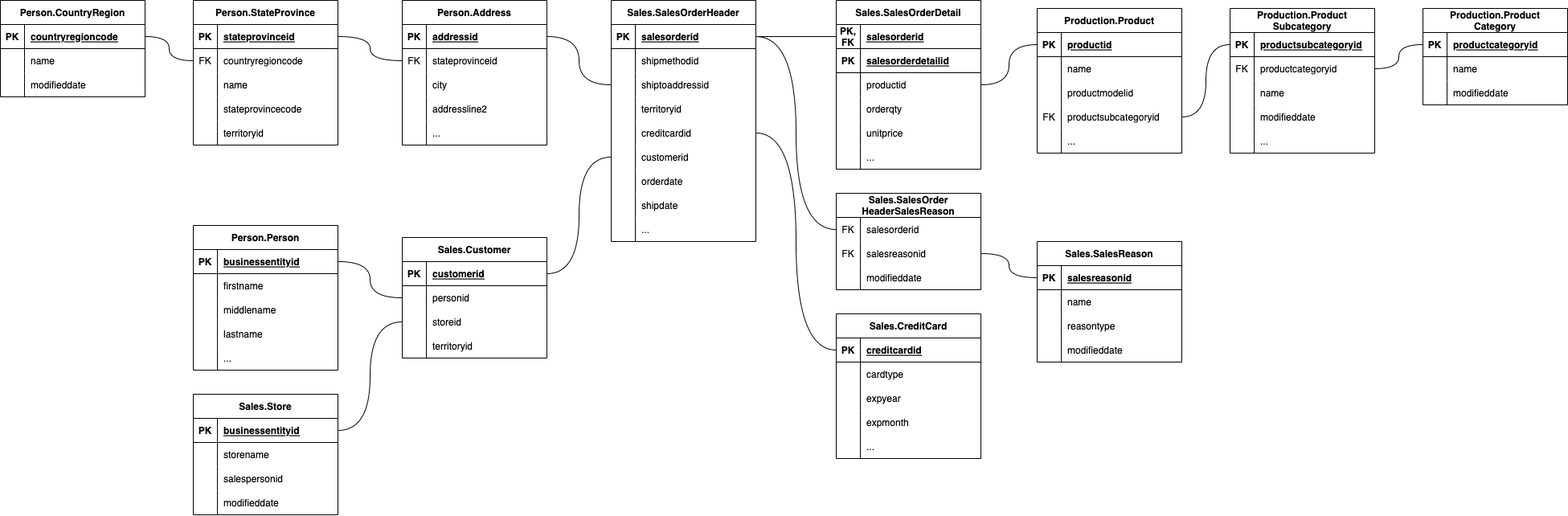
This is docs/source-schema.png from Data-Engineer-Camp/dbt-dimensional-modelling, a draw.io export, as it was before one commit. Source tidied: cells renumbered, new cells last; positions are measured from the earlier drawing's top-left corner, leaving out a move shared by most shapes.
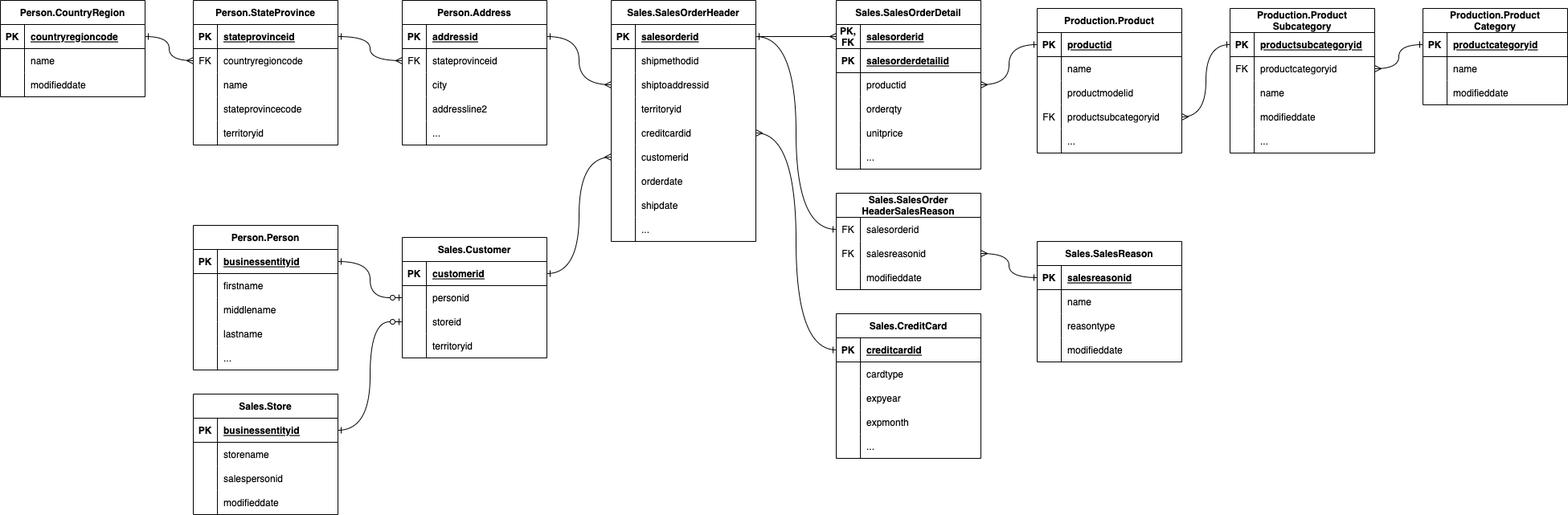
Later version of the same file.

The edit, as a diff of the source:
```diff
@@ -128,10 +128,10 @@
     <mxCell id="43" value="territoryid" style="shape=partialRectangle;fillColor=none;top=0;left=0;bottom=0;right=0;align=left;spacingLeft=6;overflow=hidden;" parent="41" vertex="1">
       <mxGeometry x="30" width="150" height="30" as="geometry" />
     </mxCell>
-    <mxCell id="44" style="edgeStyle=orthogonalEdgeStyle;rounded=0;jettySize=auto;html=1;exitX=0;exitY=0.5;exitDx=0;exitDy=0;entryX=1;entryY=0.5;entryDx=0;entryDy=0;curved=1;endArrow=none;endFill=0;" parent="1" edge="1" source="6" target="29">
+    <mxCell id="44" style="edgeStyle=orthogonalEdgeStyle;rounded=0;jettySize=auto;html=1;exitX=0;exitY=0.5;exitDx=0;exitDy=0;entryX=1;entryY=0.5;entryDx=0;entryDy=0;curved=1;endArrow=ERone;endFill=0;startArrow=ERmany;startFill=0;" parent="1" edge="1" source="6" target="29">
       <mxGeometry relative="1" as="geometry" />
     </mxCell>
-    <mxCell id="45" style="edgeStyle=orthogonalEdgeStyle;rounded=0;jettySize=auto;html=1;exitX=0;exitY=0.5;exitDx=0;exitDy=0;entryX=1;entryY=0.5;entryDx=0;entryDy=0;curved=1;endArrow=none;endFill=0;" parent="1" edge="1" source="32" target="19">
+    <mxCell id="45" style="edgeStyle=orthogonalEdgeStyle;rounded=0;jettySize=auto;html=1;exitX=0;exitY=0.5;exitDx=0;exitDy=0;entryX=1;entryY=0.5;entryDx=0;entryDy=0;curved=1;endArrow=ERone;endFill=0;startArrow=ERmany;startFill=0;" parent="1" edge="1" source="32" target="19">
       <mxGeometry relative="1" as="geometry" />
     </mxCell>
     <mxCell id="46" value="Person.Person" style="shape=table;startSize=30;rowLines=0;fontStyle=1;align=center;" parent="1" vertex="1">
@@ -308,10 +308,10 @@
     <mxCell id="103" value="modifieddate" style="shape=partialRectangle;fillColor=none;top=0;left=0;bottom=0;right=0;align=left;spacingLeft=6;overflow=hidden;" parent="101" vertex="1">
       <mxGeometry x="30" width="150" height="30" as="geometry" />
     </mxCell>
-    <mxCell id="104" style="edgeStyle=orthogonalEdgeStyle;curved=1;rounded=0;jettySize=auto;html=1;exitX=1;exitY=0.5;exitDx=0;exitDy=0;entryX=0;entryY=0.5;entryDx=0;entryDy=0;endArrow=none;endFill=0;" parent="1" edge="1" source="72" target="79">
+    <mxCell id="104" style="edgeStyle=orthogonalEdgeStyle;curved=1;rounded=0;jettySize=auto;html=1;exitX=1;exitY=0.5;exitDx=0;exitDy=0;entryX=0;entryY=0.5;entryDx=0;entryDy=0;endArrow=ERone;endFill=0;startArrow=ERmany;startFill=0;" parent="1" edge="1" source="72" target="79">
       <mxGeometry relative="1" as="geometry" />
     </mxCell>
-    <mxCell id="105" style="edgeStyle=orthogonalEdgeStyle;curved=1;rounded=0;jettySize=auto;html=1;exitX=1;exitY=0.5;exitDx=0;exitDy=0;entryX=0;entryY=0.5;entryDx=0;entryDy=0;endArrow=none;endFill=0;" parent="1" edge="1" source="82" target="95">
+    <mxCell id="105" style="edgeStyle=orthogonalEdgeStyle;curved=1;rounded=0;jettySize=auto;html=1;exitX=1;exitY=0.5;exitDx=0;exitDy=0;entryX=0;entryY=0.5;entryDx=0;entryDy=0;endArrow=ERone;endFill=0;startArrow=ERmany;startFill=0;" parent="1" edge="1" source="82" target="95">
       <mxGeometry relative="1" as="geometry" />
     </mxCell>
     <mxCell id="106" value="Sales.Customer" style="shape=table;startSize=30;rowLines=0;fontStyle=1;align=center;" parent="1" vertex="1">
@@ -401,7 +401,7 @@
     <mxCell id="134" value="..." style="shape=partialRectangle;fillColor=none;top=0;left=0;bottom=0;right=0;align=left;spacingLeft=6;overflow=hidden;" parent="132" vertex="1">
       <mxGeometry x="30" width="150" height="30" as="geometry" />
     </mxCell>
-    <mxCell id="135" style="edgeStyle=orthogonalEdgeStyle;curved=1;rounded=0;jettySize=auto;html=1;exitX=0;exitY=0.5;exitDx=0;exitDy=0;entryX=1;entryY=0.5;entryDx=0;entryDy=0;endArrow=none;endFill=0;" parent="1" edge="1" source="110" target="47">
+    <mxCell id="135" style="edgeStyle=orthogonalEdgeStyle;curved=1;rounded=0;jettySize=auto;html=1;exitX=0;exitY=0.5;exitDx=0;exitDy=0;entryX=1;entryY=0.5;entryDx=0;entryDy=0;endArrow=ERone;endFill=0;startArrow=ERzeroToOne;startFill=0;" parent="1" edge="1" source="110" target="47">
       <mxGeometry relative="1" as="geometry" />
     </mxCell>
     <mxCell id="136" value="Sales.SalesOrderHeader" style="shape=table;startSize=30;rowLines=0;fontStyle=1;align=center;" parent="1" vertex="1">
@@ -488,7 +488,7 @@
     <mxCell id="163" value="..." style="shape=partialRectangle;fillColor=none;top=0;left=0;bottom=0;right=0;align=left;spacingLeft=6;overflow=hidden;" parent="161" vertex="1">
       <mxGeometry x="30" width="150" height="30" as="geometry" />
     </mxCell>
-    <mxCell id="164" style="edgeStyle=orthogonalEdgeStyle;curved=1;rounded=0;jettySize=auto;html=1;exitX=0;exitY=0.5;exitDx=0;exitDy=0;entryX=1;entryY=0.5;entryDx=0;entryDy=0;endArrow=none;endFill=0;" parent="1" edge="1" source="152" target="107">
+    <mxCell id="164" style="edgeStyle=orthogonalEdgeStyle;curved=1;rounded=0;jettySize=auto;html=1;exitX=0;exitY=0.5;exitDx=0;exitDy=0;entryX=1;entryY=0.5;entryDx=0;entryDy=0;endArrow=ERone;endFill=0;startArrow=ERmany;startFill=0;" parent="1" edge="1" source="152" target="107">
       <mxGeometry relative="1" as="geometry" />
     </mxCell>
     <mxCell id="165" value="Sales.SalesOrder&#10;HeaderSalesReason" style="shape=table;startSize=30;rowLines=0;fontStyle=1;align=center;" parent="1" vertex="1">
@@ -521,10 +521,10 @@
     <mxCell id="174" value="modifieddate" style="shape=partialRectangle;fillColor=none;top=0;left=0;bottom=0;right=0;align=left;spacingLeft=6;overflow=hidden;" parent="172" vertex="1">
       <mxGeometry x="30" width="150" height="30" as="geometry" />
     </mxCell>
-    <mxCell id="175" style="edgeStyle=orthogonalEdgeStyle;curved=1;rounded=0;jettySize=auto;html=1;exitX=1;exitY=0.5;exitDx=0;exitDy=0;entryX=0;entryY=0.5;entryDx=0;entryDy=0;endArrow=none;endFill=0;" parent="1" edge="1" source="149" target="120">
+    <mxCell id="175" style="edgeStyle=orthogonalEdgeStyle;curved=1;rounded=0;jettySize=auto;html=1;exitX=1;exitY=0.5;exitDx=0;exitDy=0;entryX=0;entryY=0.5;entryDx=0;entryDy=0;endArrow=ERone;endFill=0;startArrow=ERmany;startFill=0;" parent="1" edge="1" source="149" target="120">
       <mxGeometry relative="1" as="geometry" />
     </mxCell>
-    <mxCell id="176" style="edgeStyle=orthogonalEdgeStyle;curved=1;rounded=0;jettySize=auto;html=1;exitX=1;exitY=0.5;exitDx=0;exitDy=0;entryX=0;entryY=0.5;entryDx=0;entryDy=0;endArrow=none;endFill=0;" parent="1" edge="1" source="137" target="166">
+    <mxCell id="176" style="edgeStyle=orthogonalEdgeStyle;curved=1;rounded=0;jettySize=auto;html=1;exitX=1;exitY=0.5;exitDx=0;exitDy=0;entryX=0;entryY=0.5;entryDx=0;entryDy=0;endArrow=ERone;endFill=0;startArrow=ERone;startFill=0;" parent="1" edge="1" source="137" target="166">
       <mxGeometry relative="1" as="geometry" />
     </mxCell>
     <mxCell id="177" value="Sales.SalesReason" style="shape=table;startSize=30;rowLines=0;fontStyle=1;align=center;" parent="1" vertex="1">
@@ -566,7 +566,7 @@
     <mxCell id="189" value="modifieddate" style="shape=partialRectangle;fillColor=none;top=0;left=0;bottom=0;right=0;align=left;spacingLeft=6;overflow=hidden;" parent="187" vertex="1">
       <mxGeometry x="30" width="150" height="30" as="geometry" />
     </mxCell>
-    <mxCell id="190" style="edgeStyle=orthogonalEdgeStyle;curved=1;rounded=0;jettySize=auto;html=1;exitX=1;exitY=0.5;exitDx=0;exitDy=0;entryX=0;entryY=0.5;entryDx=0;entryDy=0;endArrow=none;endFill=0;" parent="1" edge="1" source="169" target="178">
+    <mxCell id="190" style="edgeStyle=orthogonalEdgeStyle;curved=1;rounded=0;jettySize=auto;html=1;exitX=1;exitY=0.5;exitDx=0;exitDy=0;entryX=0;entryY=0.5;entryDx=0;entryDy=0;endArrow=ERone;endFill=0;startArrow=ERmany;startFill=0;" parent="1" edge="1" source="169" target="178">
       <mxGeometry relative="1" as="geometry" />
     </mxCell>
     <mxCell id="191" value="Sales.Store" style="shape=table;startSize=30;rowLines=0;fontStyle=1;align=center;" parent="1" vertex="1">
@@ -608,10 +608,10 @@
     <mxCell id="203" value="modifieddate" style="shape=partialRectangle;fillColor=none;top=0;left=0;bottom=0;right=0;align=left;spacingLeft=6;overflow=hidden;" parent="201" vertex="1">
       <mxGeometry x="30" width="150" height="30" as="geometry" />
     </mxCell>
-    <mxCell id="204" style="edgeStyle=orthogonalEdgeStyle;curved=1;rounded=0;jettySize=auto;html=1;exitX=1;exitY=0.5;exitDx=0;exitDy=0;entryX=0;entryY=0.5;entryDx=0;entryDy=0;endArrow=none;endFill=0;" parent="1" edge="1" source="192" target="113">
+    <mxCell id="204" style="edgeStyle=orthogonalEdgeStyle;curved=1;rounded=0;jettySize=auto;html=1;exitX=1;exitY=0.5;exitDx=0;exitDy=0;entryX=0;entryY=0.5;entryDx=0;entryDy=0;endArrow=ERzeroToOne;endFill=0;startArrow=ERone;startFill=0;" parent="1" edge="1" source="192" target="113">
       <mxGeometry relative="1" as="geometry" />
     </mxCell>
-    <mxCell id="205" style="edgeStyle=orthogonalEdgeStyle;curved=1;rounded=0;jettySize=auto;html=1;exitX=0;exitY=0.5;exitDx=0;exitDy=0;entryX=1;entryY=0.5;entryDx=0;entryDy=0;endArrow=none;endFill=0;" parent="1" edge="1" source="143" target="3">
+    <mxCell id="205" style="edgeStyle=orthogonalEdgeStyle;curved=1;rounded=0;jettySize=auto;html=1;exitX=0;exitY=0.5;exitDx=0;exitDy=0;entryX=1;entryY=0.5;entryDx=0;entryDy=0;endArrow=ERone;endFill=0;startArrow=ERmany;startFill=0;" parent="1" edge="1" source="143" target="3">
       <mxGeometry relative="1" as="geometry" />
     </mxCell>
     <mxCell id="206" value="Sales.SalesOrderDetail" style="shape=table;startSize=30;rowLines=0;fontStyle=1;align=center;" parent="1" vertex="1">
@@ -671,10 +671,10 @@
     <mxCell id="224" value="..." style="shape=partialRectangle;fillColor=none;top=0;left=0;bottom=0;right=0;align=left;spacingLeft=6;overflow=hidden;" parent="222" vertex="1">
       <mxGeometry x="30" width="150" height="30" as="geometry" />
     </mxCell>
-    <mxCell id="225" style="edgeStyle=orthogonalEdgeStyle;curved=1;rounded=0;jettySize=auto;html=1;exitX=1;exitY=0.5;exitDx=0;exitDy=0;entryX=0;entryY=0.5;entryDx=0;entryDy=0;endArrow=none;endFill=0;" parent="1" edge="1" source="137" target="207">
+    <mxCell id="225" style="edgeStyle=orthogonalEdgeStyle;curved=1;rounded=0;jettySize=auto;html=1;exitX=1;exitY=0.5;exitDx=0;exitDy=0;entryX=0;entryY=0.5;entryDx=0;entryDy=0;endArrow=ERmany;endFill=0;startArrow=ERone;startFill=0;" parent="1" edge="1" source="137" target="207">
       <mxGeometry relative="1" as="geometry" />
     </mxCell>
-    <mxCell id="226" style="edgeStyle=orthogonalEdgeStyle;curved=1;rounded=0;jettySize=auto;html=1;exitX=1;exitY=0.5;exitDx=0;exitDy=0;entryX=0;entryY=0.5;entryDx=0;entryDy=0;endArrow=none;endFill=0;" parent="1" edge="1" source="213" target="63">
+    <mxCell id="226" style="edgeStyle=orthogonalEdgeStyle;curved=1;rounded=0;jettySize=auto;html=1;exitX=1;exitY=0.5;exitDx=0;exitDy=0;entryX=0;entryY=0.5;entryDx=0;entryDy=0;endArrow=ERone;endFill=0;startArrow=ERmany;startFill=0;" parent="1" edge="1" source="213" target="63">
       <mxGeometry relative="1" as="geometry" />
     </mxCell>
   </root>
```
